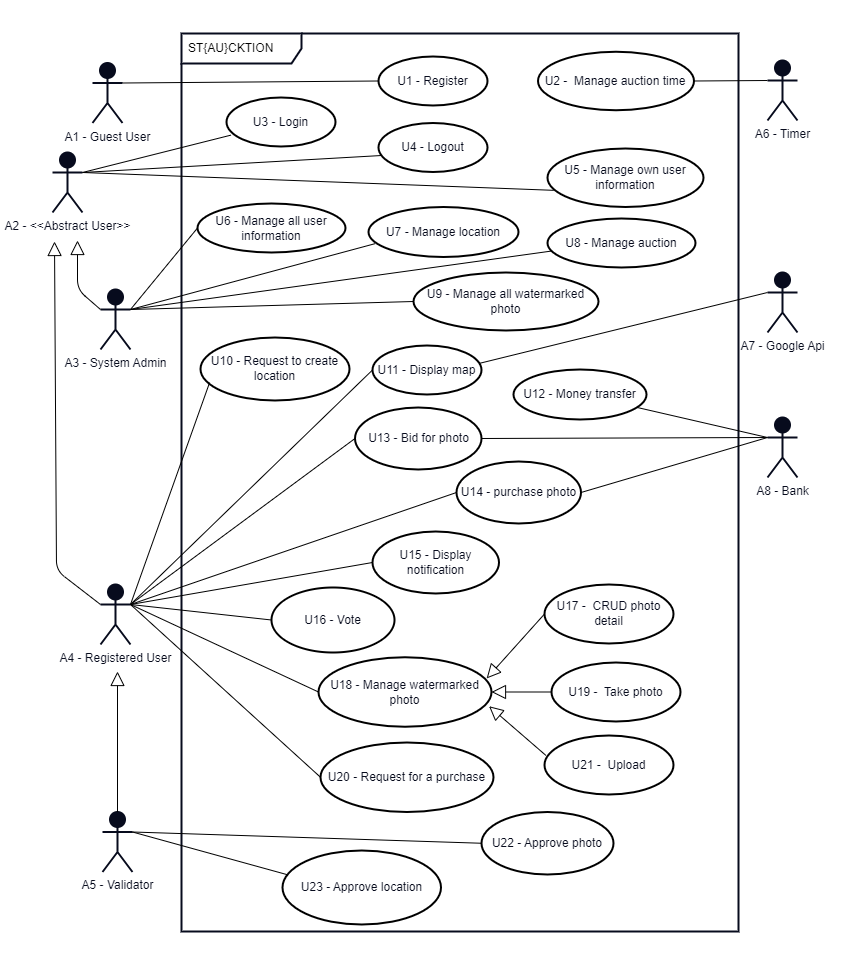
The draw.io diagram diagrams/use-case-diagram/use-case-diagram.png in staucktion/docs, before a commit. Source tidied: cells renumbered, new cells last; positions are measured from the earlier drawing's top-left corner, leaving out a move shared by most shapes.
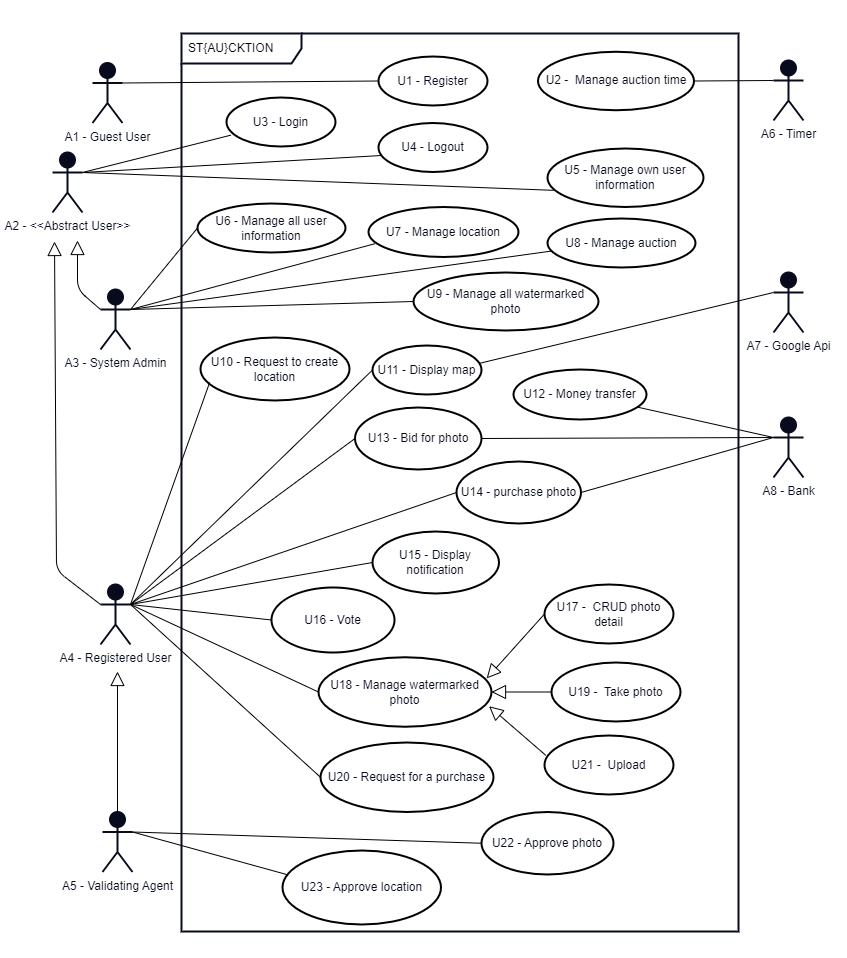
The same diagram one commit later.

Commit message:
update use case diagram

Diff of the diagram source:
```diff
@@ -33,10 +33,10 @@
       <mxGeometry x="353.5" y="406" width="126.5" height="62" as="geometry" />
     </mxCell>
     <mxCell id="12" value="&lt;font color=&quot;#070b1d&quot;&gt;A8 - Bank&lt;br&gt;&lt;/font&gt;" style="shape=umlActor;verticalLabelPosition=bottom;verticalAlign=top;html=1;strokeColor=#070B1D;strokeWidth=2;fillColor=#070B1D;gradientColor=none;" parent="1" vertex="1">
-      <mxGeometry x="766" y="416" width="30" height="60" as="geometry" />
+      <mxGeometry x="772" y="416" width="30" height="60" as="geometry" />
     </mxCell>
     <mxCell id="13" value="&lt;font color=&quot;#070b1d&quot;&gt;A7 - Google Api&lt;br&gt;&lt;/font&gt;" style="shape=umlActor;verticalLabelPosition=bottom;verticalAlign=top;html=1;strokeColor=#070B1D;strokeWidth=2;fillColor=#070B1D;gradientColor=none;" parent="1" vertex="1">
-      <mxGeometry x="766" y="271" width="30" height="60" as="geometry" />
+      <mxGeometry x="772" y="271" width="30" height="60" as="geometry" />
     </mxCell>
     <mxCell id="14" value="&lt;font color=&quot;#070b1d&quot;&gt;A3 - System Admin&lt;br&gt;&lt;/font&gt;" style="shape=umlActor;verticalLabelPosition=bottom;verticalAlign=top;html=1;strokeColor=#070B1D;strokeWidth=2;fillColor=#070B1D;gradientColor=none;" parent="1" vertex="1">
       <mxGeometry x="99" y="288" width="30" height="60" as="geometry" />
@@ -53,7 +53,7 @@
     <mxCell id="18" value="U22 - Approve photo" style="ellipse;whiteSpace=wrap;html=1;strokeColor=#000000;strokeWidth=2;fontColor=#070B1D;fillColor=none;gradientColor=none;" parent="1" vertex="1">
       <mxGeometry x="480" y="810.5" width="132" height="62.5" as="geometry" />
     </mxCell>
-    <mxCell id="19" value="&lt;font color=&quot;#070b1d&quot;&gt;A5 - Validator&lt;br&gt;&lt;/font&gt;" style="shape=umlActor;verticalLabelPosition=bottom;verticalAlign=top;html=1;strokeColor=#070B1D;strokeWidth=2;fillColor=#070B1D;gradientColor=none;" parent="1" vertex="1">
+    <mxCell id="19" value="&lt;font color=&quot;#070b1d&quot;&gt;A5 - Validating Agent&lt;br&gt;&lt;/font&gt;" style="shape=umlActor;verticalLabelPosition=bottom;verticalAlign=top;html=1;strokeColor=#070B1D;strokeWidth=2;fillColor=#070B1D;gradientColor=none;" parent="1" vertex="1">
       <mxGeometry x="101" y="810.5" width="30" height="60" as="geometry" />
     </mxCell>
     <mxCell id="20" style="endArrow=none;html=1;rounded=1;strokeColor=#000000;fontColor=#070B1D;exitX=1;exitY=0.5;exitDx=0;exitDy=0;entryX=0;entryY=0.3333333333333333;entryDx=0;entryDy=0;entryPerimeter=0;" parent="1" edge="1" source="15" target="12">
@@ -144,7 +144,7 @@
       <mxGeometry relative="1" as="geometry" />
     </mxCell>
     <mxCell id="45" value="&lt;font color=&quot;#070b1d&quot;&gt;A6 - Timer&lt;br&gt;&lt;/font&gt;" style="shape=umlActor;verticalLabelPosition=bottom;verticalAlign=top;html=1;strokeColor=#070B1D;strokeWidth=2;fillColor=#070B1D;gradientColor=none;" parent="1" vertex="1">
-      <mxGeometry x="766" y="59" width="30" height="60" as="geometry" />
+      <mxGeometry x="772" y="59" width="30" height="60" as="geometry" />
     </mxCell>
     <mxCell id="46" value="U2 -&amp;nbsp;&amp;nbsp;Manage auction time" style="ellipse;whiteSpace=wrap;html=1;strokeColor=#000000;strokeWidth=2;fontColor=#070B1D;fillColor=none;gradientColor=none;" parent="1" vertex="1">
       <mxGeometry x="536.5" y="50.2" width="156" height="58.5" as="geometry" />
```
